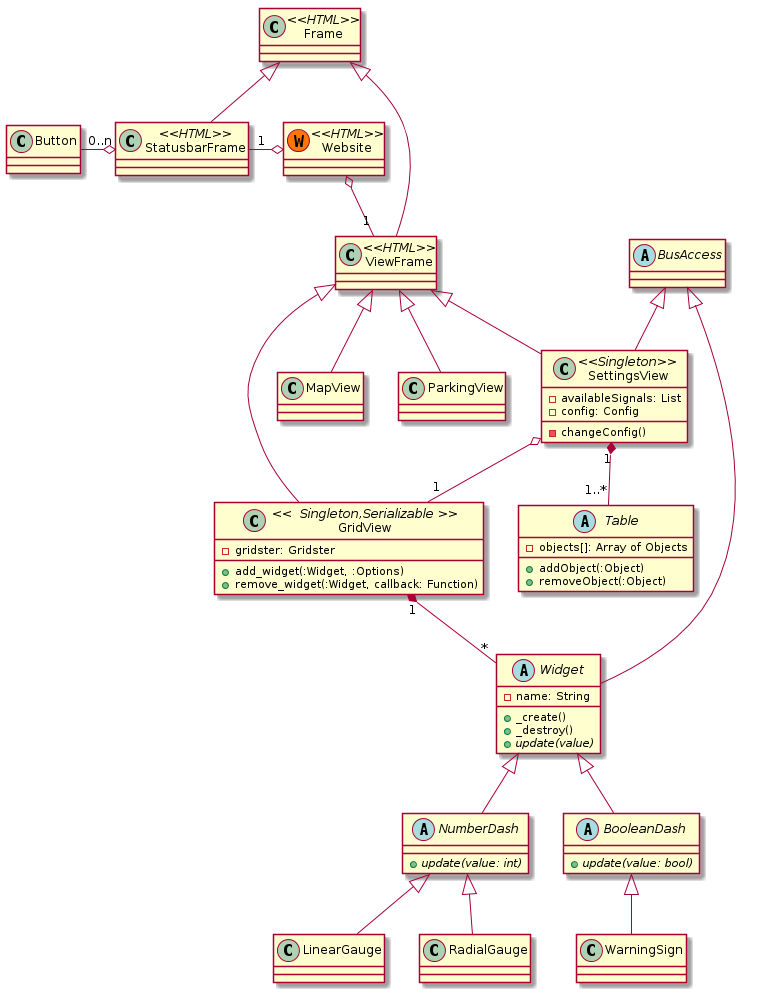
Earlier version of the PlantUML export Entwurf/diagrams/UI.png (uzdry/PSE).
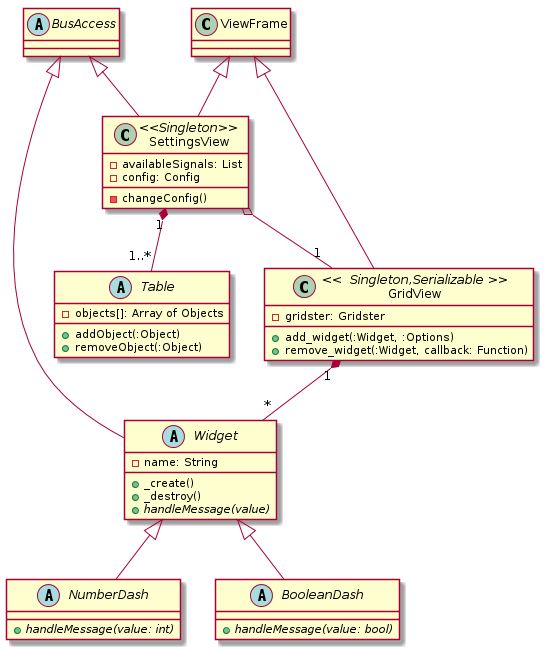
After the commit.

Commit message:
Added general website design and small legend for conventions defined by us

Diff of the diagram source:
```diff
@@ -1,23 +1,4 @@
 @startuml
-
-
-class Website <<(W,#FF7700)HTML>>{
-}
-
-class Frame <<HTML>>{
-}
-
-class StatusbarFrame <<HTML>> extends Frame{
-}
-
-class ViewFrame <<HTML>> extends Frame{
-}
-
-Website o-left-"1" StatusbarFrame
-Website o-down-"1" ViewFrame
-StatusbarFrame o-left-"0..n" Button
-
-
 
 
 
@@ -30,24 +11,15 @@
     -name: String
     +_create()
     +_destroy()
-    +{abstract} update(value)
+    +{abstract} handleMessage(value)
 }
 
 abstract class NumberDash extends Widget{
-    +{abstract} update(value: int)
+    +{abstract} handleMessage(value: int)
 }
 
 abstract class BooleanDash extends Widget{
-    +{abstract} update(value: bool)
-}
-
-class LinearGauge extends NumberDash{
-}
-
-class RadialGauge extends NumberDash{
-}
-
-class WarningSign extends BooleanDash{
+    +{abstract} handleMessage(value: bool)
 }
 
 class GridView <<  Singleton,Serializable >> extends ViewFrame{
@@ -74,10 +46,4 @@
 
 
 
-class MapView extends ViewFrame{
-}
-
-class ParkingView extends ViewFrame{
-}
-
 @enduml
```
